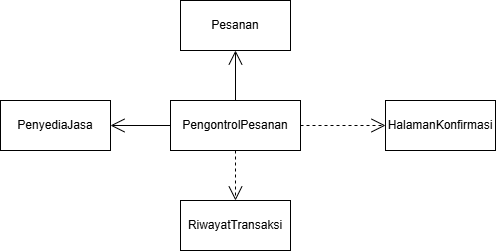
The draw.io diagram docs/M4/assets/diagram/UC10.png in EdwTorch/IF2150-RPL-K01-G03, before a commit. Source tidied: cells renumbered, new cells last; positions are measured from the earlier drawing's top-left corner, leaving out a move shared by most shapes. The source it was exported from:
```xml
<mxGraphModel>
  <root>
    <mxCell id="0" />
    <mxCell id="1" parent="0" />
    <mxCell id="2" value="PenyediaJasa" style="html=1;whiteSpace=wrap;" parent="1" vertex="1">
      <mxGeometry y="100" width="110" height="50" as="geometry" />
    </mxCell>
    <mxCell id="3" value="PengontrolPesanan" style="html=1;whiteSpace=wrap;" parent="1" vertex="1">
      <mxGeometry x="170" y="100" width="130" height="50" as="geometry" />
    </mxCell>
    <mxCell id="4" value="HalamanKonfirmasi" style="html=1;whiteSpace=wrap;" parent="1" vertex="1">
      <mxGeometry x="385" y="100" width="110" height="50" as="geometry" />
    </mxCell>
    <mxCell id="5" value="Pesanan" style="html=1;whiteSpace=wrap;" parent="1" vertex="1">
      <mxGeometry x="180" width="110" height="50" as="geometry" />
    </mxCell>
    <mxCell id="6" value="RiwayatTransaksi" style="html=1;whiteSpace=wrap;" parent="1" vertex="1">
      <mxGeometry x="180" y="200" width="110" height="50" as="geometry" />
    </mxCell>
    <mxCell id="7" style="endArrow=open;endFill=1;endSize=12;html=1;rounded=0;exitX=0;exitY=0.5;exitDx=0;exitDy=0;entryX=1;entryY=0.5;entryDx=0;entryDy=0;" parent="1" edge="1" source="3" target="2">
      <mxGeometry relative="1" as="geometry" />
    </mxCell>
    <mxCell id="8" style="endArrow=open;endFill=1;endSize=12;html=1;rounded=0;exitX=0.5;exitY=0;exitDx=0;exitDy=0;entryX=0.5;entryY=1;entryDx=0;entryDy=0;" parent="1" edge="1" source="3" target="5">
      <mxGeometry relative="1" as="geometry" />
    </mxCell>
    <mxCell id="9" style="endArrow=open;endSize=12;dashed=1;html=1;rounded=0;exitX=1;exitY=0.5;exitDx=0;exitDy=0;entryX=0;entryY=0.5;entryDx=0;entryDy=0;" parent="1" edge="1" source="3" target="4">
      <mxGeometry relative="1" as="geometry" />
    </mxCell>
    <mxCell id="10" style="endArrow=open;endSize=12;dashed=1;html=1;rounded=0;exitX=0.5;exitY=1;exitDx=0;exitDy=0;entryX=0.5;entryY=0;entryDx=0;entryDy=0;" parent="1" edge="1" source="3" target="6">
      <mxGeometry relative="1" as="geometry" />
    </mxCell>
  </root>
</mxGraphModel>
```
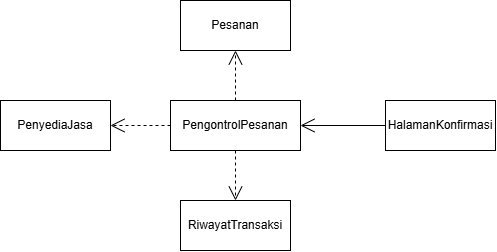
The same file after the commit.

Diff of the diagram source:
```diff
@@ -17,13 +17,13 @@
     <mxCell id="6" value="RiwayatTransaksi" style="html=1;whiteSpace=wrap;" parent="1" vertex="1">
       <mxGeometry x="180" y="200" width="110" height="50" as="geometry" />
     </mxCell>
-    <mxCell id="7" style="endArrow=open;endFill=1;endSize=12;html=1;rounded=0;exitX=0;exitY=0.5;exitDx=0;exitDy=0;entryX=1;entryY=0.5;entryDx=0;entryDy=0;" parent="1" edge="1" source="3" target="2">
+    <mxCell id="7" style="endArrow=open;endFill=1;endSize=12;html=1;rounded=0;exitX=0;exitY=0.5;exitDx=0;exitDy=0;entryX=1;entryY=0.5;entryDx=0;entryDy=0;dashed=1;" parent="1" edge="1" source="3" target="2">
       <mxGeometry relative="1" as="geometry" />
     </mxCell>
-    <mxCell id="8" style="endArrow=open;endFill=1;endSize=12;html=1;rounded=0;exitX=0.5;exitY=0;exitDx=0;exitDy=0;entryX=0.5;entryY=1;entryDx=0;entryDy=0;" parent="1" edge="1" source="3" target="5">
+    <mxCell id="8" style="endArrow=open;endFill=1;endSize=12;html=1;rounded=0;exitX=0.5;exitY=0;exitDx=0;exitDy=0;entryX=0.5;entryY=1;entryDx=0;entryDy=0;dashed=1;" parent="1" edge="1" source="3" target="5">
       <mxGeometry relative="1" as="geometry" />
     </mxCell>
-    <mxCell id="9" style="endArrow=open;endSize=12;dashed=1;html=1;rounded=0;exitX=1;exitY=0.5;exitDx=0;exitDy=0;entryX=0;entryY=0.5;entryDx=0;entryDy=0;" parent="1" edge="1" source="3" target="4">
+    <mxCell id="9" style="endArrow=open;endSize=12;html=1;rounded=0;exitX=0;exitY=0.5;exitDx=0;exitDy=0;entryX=1;entryY=0.5;entryDx=0;entryDy=0;" parent="1" edge="1" source="4" target="3">
       <mxGeometry relative="1" as="geometry" />
     </mxCell>
     <mxCell id="10" style="endArrow=open;endSize=12;dashed=1;html=1;rounded=0;exitX=0.5;exitY=1;exitDx=0;exitDy=0;entryX=0.5;entryY=0;entryDx=0;entryDy=0;" parent="1" edge="1" source="3" target="6">
```
